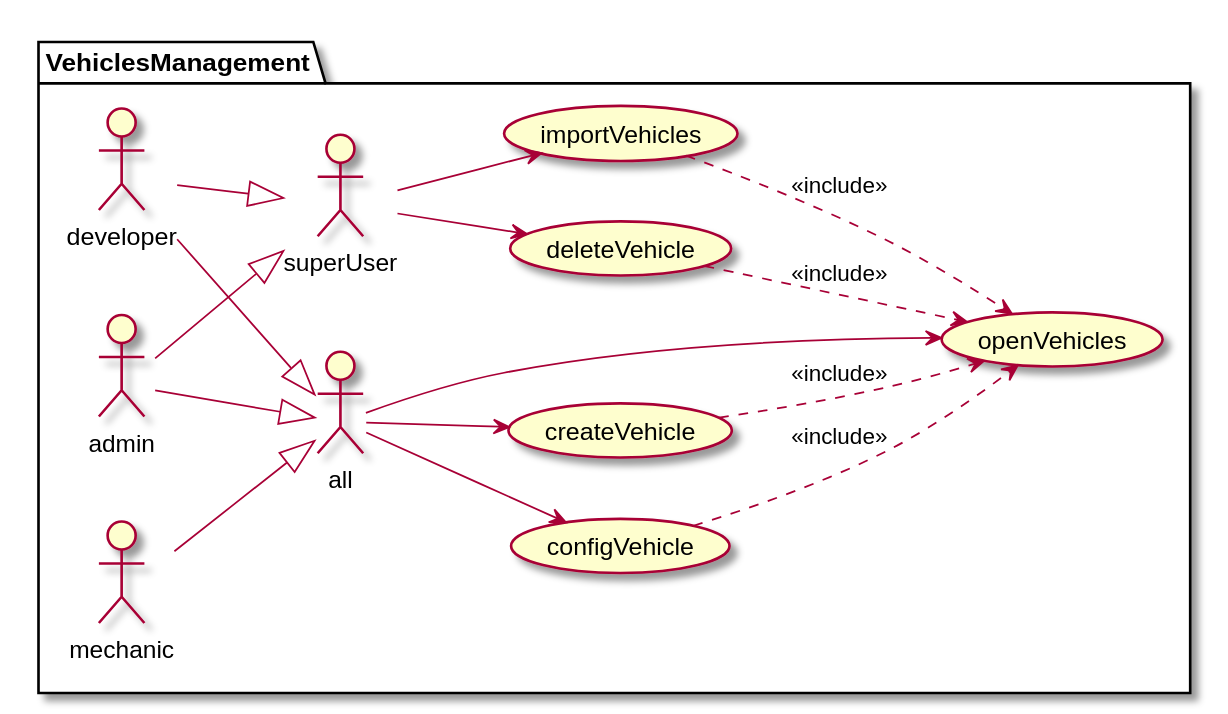
Before: documentation/1usecasesview/usecases/svg/vehicleUsecases.svg, a diagram exported from PlantUML (Ruskab/agrimManager).
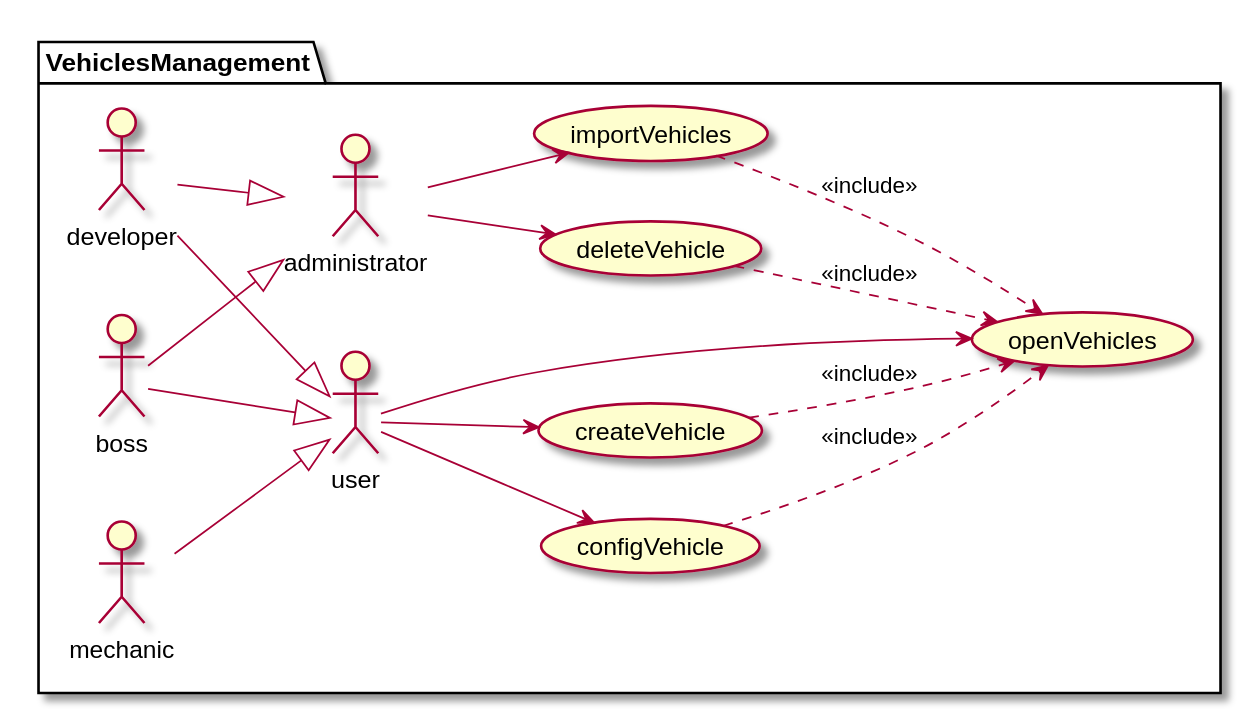
Above is the later version.

Change to the diagram source:
```diff
@@ -4,21 +4,21 @@
 
 
 package VehiclesManagement {
-:mechanic: --|> :all:
-:admin: --|> :all:
-:developer: --|> :all:
+:mechanic: --|> :user:
+:boss: --|> :user:
+:developer: --|> :user:
 
-:admin: --|> :superUser:
-:developer: --|> :superUser:
+:boss: --|> :administrator:
+:developer: --|> :administrator:
 
-:all: --> (createVehicle)
+:user: --> (createVehicle)
 (createVehicle) ..> (openVehicles) :<<include>>
-:all: --> (configVehicle)
+:user: --> (configVehicle)
 (configVehicle) ..> (openVehicles) : <<include>>
-:superUser: --> (deleteVehicle)
+:administrator: --> (deleteVehicle)
 (deleteVehicle) ..> (openVehicles) : <<include>>
-:superUser: --> (importVehicles)
-:all: --> (openVehicles)
+:administrator: --> (importVehicles)
+:user: --> (openVehicles)
 (importVehicles) ..> (openVehicles) : <<include>>
 
 }
```
